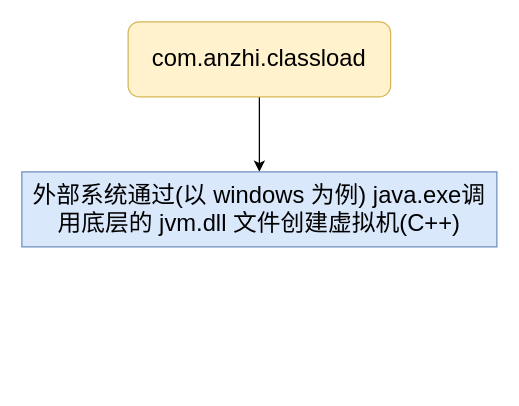
Earlier version of the draw.io diagram utilsdemo/src/main/resources/FlowDiagram/Java执行命令大体流程.drawio (an-1024/WorkUtil). Source tidied: cells renumbered, new cells numbered last; positions are measured from the earlier drawing's top-left corner, leaving out a move shared by most shapes. Both pictures are drawn from the tidied source at 125%, with x=0, y=0 at pixel (21, 21).
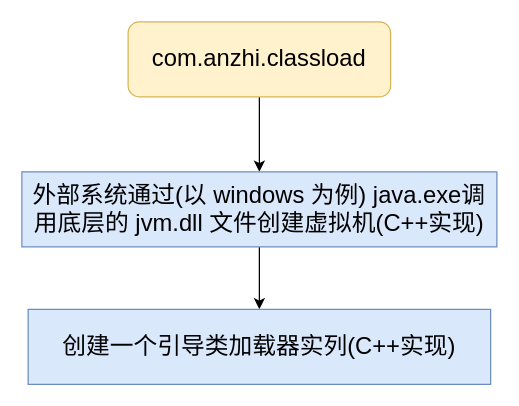
After the change.

Commit message (it also covers changes not shown here):
更新Java执行命令大体流程.drawio

Change to the diagram source:
```diff
@@
 <mxGraphModel>
   <root>
     <mxCell id="0" />
     <mxCell id="1" parent="0" />
     <mxCell id="2" style="edgeStyle=orthogonalEdgeStyle;rounded=0;jettySize=auto;html=1;entryX=0.5;entryY=0;entryDx=0;entryDy=0;fontSize=19;" parent="1" edge="1" source="3" target="4">
       <mxGeometry relative="1" as="geometry" />
     </mxCell>
     <mxCell id="3" value="&lt;font style=&quot;font-size: 19px;&quot;&gt;com.anzhi.classload&lt;/font&gt;" style="rounded=1;whiteSpace=wrap;html=1;fillColor=#fff2cc;strokeColor=#d6b656;" parent="1" vertex="1">
       <mxGeometry x="85" width="210" height="60" as="geometry" />
     </mxCell>
+    <mxCell id="5" style="edgeStyle=orthogonalEdgeStyle;rounded=0;jettySize=auto;html=1;exitX=0.5;exitY=1;exitDx=0;exitDy=0;entryX=0.5;entryY=0;entryDx=0;entryDy=0;fontSize=19;" parent="1" edge="1" source="4" target="6">
+      <mxGeometry relative="1" as="geometry" />
+    </mxCell>
-    <mxCell id="4" value="外部系统通过(以 windows 为例) java.exe调用底层的 jvm.dll 文件创建虚拟机(C++)" style="rounded=0;whiteSpace=wrap;html=1;fontSize=19;fillColor=#dae8fc;strokeColor=#6c8ebf;" parent="1" vertex="1">
+    <mxCell id="4" value="外部系统通过(以 windows 为例) java.exe调用底层的 jvm.dll 文件创建虚拟机(C++实现)" style="rounded=0;whiteSpace=wrap;html=1;fontSize=19;fillColor=#dae8fc;strokeColor=#6c8ebf;" parent="1" vertex="1">
       <mxGeometry y="120" width="380" height="60" as="geometry" />
     </mxCell>
+    <mxCell id="6" value="创建一个引导类加载器实列(C++实现)" style="whiteSpace=wrap;html=1;fontSize=19;fillColor=#dae8fc;strokeColor=#6c8ebf;rounded=0;" parent="1" vertex="1">
+      <mxGeometry x="5" y="230" width="370" height="60" as="geometry" />
+    </mxCell>
   </root>
 </mxGraphModel>
```
